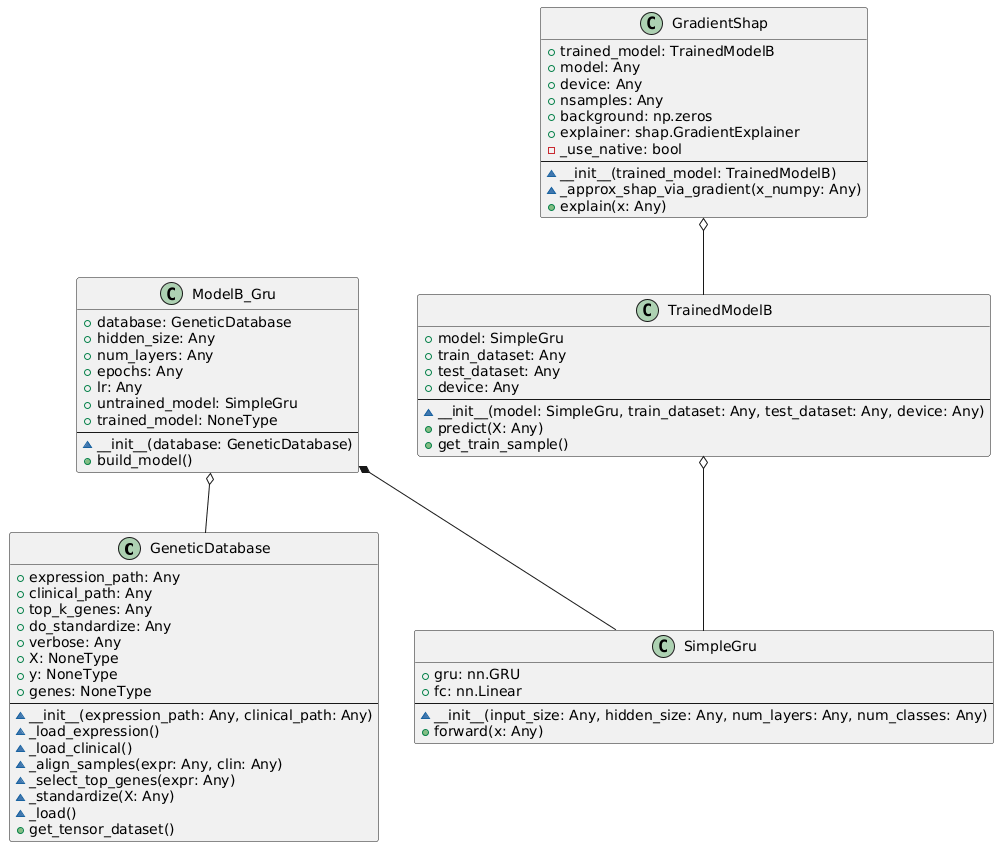
This is Other examples/GRU + GSHAP/genetic_gshap_UMLOOModeler_diagram.png from miklotovx/UMLOOModeler, a PlantUML export, as it was before one commit. Its diagram source:
```plantuml
@startuml

class "GeneticDatabase" {
  + expression_path: Any
  + clinical_path: Any
  + top_k_genes: Any
  + do_standardize: Any
  + verbose: Any
  + X: NoneType
  + y: NoneType
  + genes: NoneType
  --
  ~ __init__(expression_path: Any, clinical_path: Any)
  ~ _load_expression()
  ~ _load_clinical()
  ~ _align_samples(expr: Any, clin: Any)
  ~ _select_top_genes(expr: Any)
  ~ _standardize(X: Any)
  ~ _load()
  + get_tensor_dataset()
}

class "ModelB_Gru" {
  + database: GeneticDatabase
  + hidden_size: Any
  + num_layers: Any
  + epochs: Any
  + lr: Any
  + untrained_model: SimpleGru
  + trained_model: NoneType
  --
  ~ __init__(database: GeneticDatabase)
  + build_model()
}

class "SimpleGru" {
  + gru: nn.GRU
  + fc: nn.Linear
  --
  ~ __init__(input_size: Any, hidden_size: Any, num_layers: Any, num_classes: Any)
  + forward(x: Any)
}

class "TrainedModelB" {
  + model: SimpleGru
  + train_dataset: Any
  + test_dataset: Any
  + device: Any
  --
  ~ __init__(model: SimpleGru, train_dataset: Any, test_dataset: Any, device: Any)
  + predict(X: Any)
  + get_train_sample()
}

class "GradientShap" {
  + trained_model: TrainedModelB
  + model: Any
  + device: Any
  + nsamples: Any
  + background: np.zeros
  + explainer: shap.GradientExplainer
  - _use_native: bool
  --
  ~ __init__(trained_model: TrainedModelB)
  ~ _approx_shap_via_gradient(x_numpy: Any)
  + explain(x: Any)
}

ModelB_Gru *-- SimpleGru
ModelB_Gru o-- GeneticDatabase
TrainedModelB o-- SimpleGru
GradientShap o-- TrainedModelB
@enduml
```
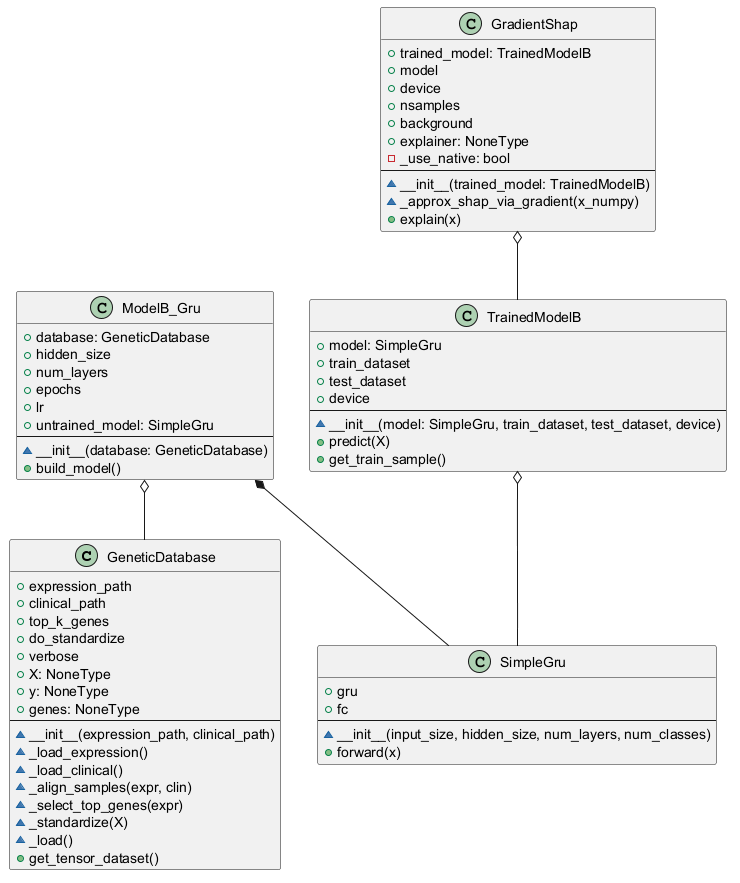
Above is the later version.

Diff of the diagram source:
```diff
@@ -1,69 +1,68 @@
 @startuml
 
 class "GeneticDatabase" {
-  + expression_path: Any
-  + clinical_path: Any
-  + top_k_genes: Any
-  + do_standardize: Any
-  + verbose: Any
+  + expression_path
+  + clinical_path
+  + top_k_genes
+  + do_standardize
+  + verbose
   + X: NoneType
   + y: NoneType
   + genes: NoneType
   --
-  ~ __init__(expression_path: Any, clinical_path: Any)
+  ~ __init__(expression_path, clinical_path)
   ~ _load_expression()
   ~ _load_clinical()
-  ~ _align_samples(expr: Any, clin: Any)
-  ~ _select_top_genes(expr: Any)
-  ~ _standardize(X: Any)
+  ~ _align_samples(expr, clin)
+  ~ _select_top_genes(expr)
+  ~ _standardize(X)
   ~ _load()
   + get_tensor_dataset()
 }
 
 class "ModelB_Gru" {
   + database: GeneticDatabase
-  + hidden_size: Any
-  + num_layers: Any
-  + epochs: Any
-  + lr: Any
+  + hidden_size
+  + num_layers
+  + epochs
+  + lr
   + untrained_model: SimpleGru
-  + trained_model: NoneType
   --
   ~ __init__(database: GeneticDatabase)
   + build_model()
 }
 
 class "SimpleGru" {
-  + gru: nn.GRU
-  + fc: nn.Linear
+  + gru
+  + fc
   --
-  ~ __init__(input_size: Any, hidden_size: Any, num_layers: Any, num_classes: Any)
-  + forward(x: Any)
+  ~ __init__(input_size, hidden_size, num_layers, num_classes)
+  + forward(x)
 }
 
 class "TrainedModelB" {
   + model: SimpleGru
-  + train_dataset: Any
-  + test_dataset: Any
-  + device: Any
+  + train_dataset
+  + test_dataset
+  + device
   --
-  ~ __init__(model: SimpleGru, train_dataset: Any, test_dataset: Any, device: Any)
-  + predict(X: Any)
+  ~ __init__(model: SimpleGru, train_dataset, test_dataset, device)
+  + predict(X)
   + get_train_sample()
 }
 
 class "GradientShap" {
   + trained_model: TrainedModelB
-  + model: Any
-  + device: Any
-  + nsamples: Any
-  + background: np.zeros
-  + explainer: shap.GradientExplainer
+  + model
+  + device
+  + nsamples
+  + background
+  + explainer: NoneType
   - _use_native: bool
   --
   ~ __init__(trained_model: TrainedModelB)
-  ~ _approx_shap_via_gradient(x_numpy: Any)
-  + explain(x: Any)
+  ~ _approx_shap_via_gradient(x_numpy)
+  + explain(x)
 }
 
 ModelB_Gru *-- SimpleGru
```
